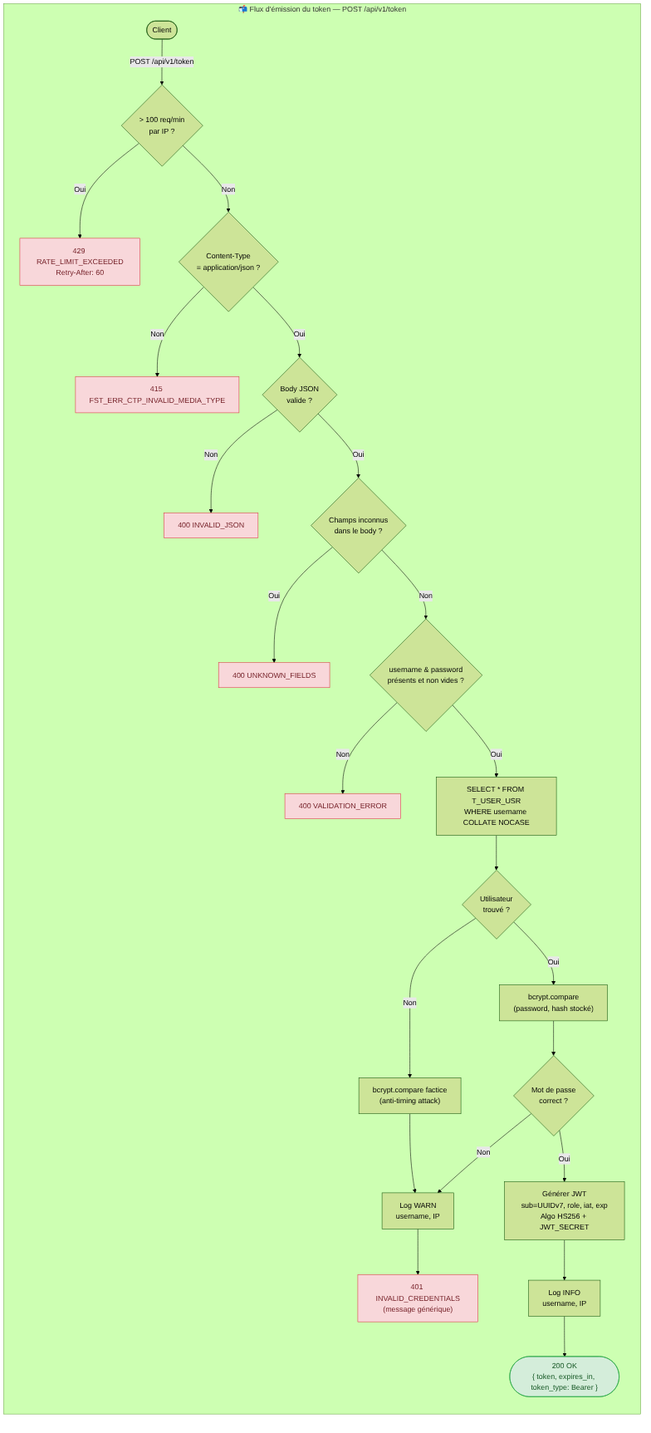
The Mermaid diagram docs/specs/diagrams/US-003-authentication-token.png in ODehel/quiz-live-server, before a commit. Its source is kept beside it as docs/specs/diagrams/US-003-authentication-token.mmd.
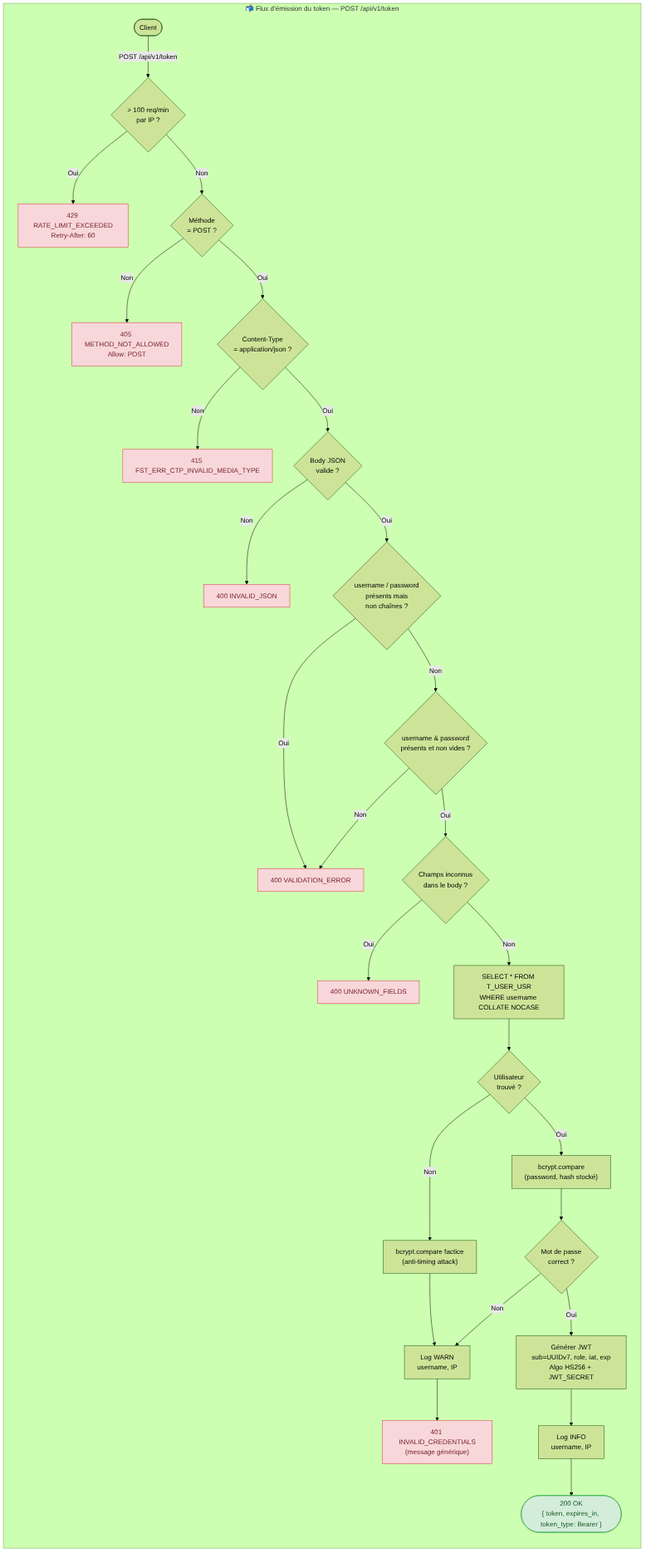
The same diagram one commit later.

Commit message:
docs(specs): settle the order of the checks on POST /api/v1/token (#204)

Change to the diagram source:
```diff
@@ -5,15 +5,19 @@
         REQ(["Client"]) -->|"POST /api/v1/token"| RL
         RL{"> 100 req/min\npar IP ?"}
         RL -->|"Oui"| E429["429 RATE_LIMIT_EXCEEDED\nRetry-After: 60"]
-        RL -->|"Non"| CT{"Content-Type\n= application/json ?"}
+        RL -->|"Non"| M{"Méthode\n= POST ?"}
+        M -->|"Non"| E405["405 METHOD_NOT_ALLOWED\nAllow: POST"]
+        M -->|"Oui"| CT{"Content-Type\n= application/json ?"}
         CT -->|"Non"| E415["415 FST_ERR_CTP_INVALID_MEDIA_TYPE"]
         CT -->|"Oui"| J{"Body JSON\nvalide ?"}
         J -->|"Non"| E400a["400 INVALID_JSON"]
-        J -->|"Oui"| UF{"Champs inconnus\ndans le body ?"}
+        J -->|"Oui"| TY{"username / password\nprésents mais\nnon chaînes ?"}
+        TY -->|"Oui"| E400c["400 VALIDATION_ERROR"]
+        TY -->|"Non"| FIELDS{"username & password\nprésents et non vides ?"}
+        FIELDS -->|"Non"| E400c
+        FIELDS -->|"Oui"| UF{"Champs inconnus\ndans le body ?"}
         UF -->|"Oui"| E400b["400 UNKNOWN_FIELDS"]
-        UF -->|"Non"| FIELDS{"username & password\nprésents et non vides ?"}
-        FIELDS -->|"Non"| E400c["400 VALIDATION_ERROR"]
-        FIELDS -->|"Oui"| DB["SELECT * FROM T_USER_USR\nWHERE username COLLATE NOCASE"]
+        UF -->|"Non"| DB["SELECT * FROM T_USER_USR\nWHERE username COLLATE NOCASE"]
         DB --> UEXIST{"Utilisateur\ntrouvé ?"}
         UEXIST -->|"Non"| FAKE["bcrypt.compare factice\n(anti-timing attack)"]
         FAKE --> LOGFAIL["Log WARN\nusername, IP"]
@@ -28,5 +32,5 @@
 
     classDef error fill:#f8d7da,stroke:#dc3545,color:#721c24
     classDef success fill:#d4edda,stroke:#28a745,color:#155724
-    class E429,E415,E400a,E400b,E400c,E401 error
+    class E429,E405,E415,E400a,E400b,E400c,E401 error
     class OK success
```
